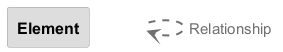
chrislyons-dev/archlette keeps this PlantUML diagram as docs/architecture/diagrams/structurizr-SystemContext-key.png. Above is the earlier version. Its diagram source:
```plantuml
@startuml
set separator none

skinparam {
  shadowing false
  arrowFontSize 15
  defaultTextAlignment center
  wrapWidth 100
  maxMessageSize 100
}
hide stereotype

skinparam rectangle<<_transparent>> {
  BorderColor transparent
  BackgroundColor transparent
  FontColor transparent
}

skinparam rectangle<<1>> {
  BackgroundColor #dddddd
  FontColor #000000
  BorderColor #9a9a9a
}
rectangle "==Element" <<1>>

rectangle "." <<_transparent>> as 2
2 .[#707070,thickness=2].> 2 : "<color:#707070>Relationship"


@enduml
```
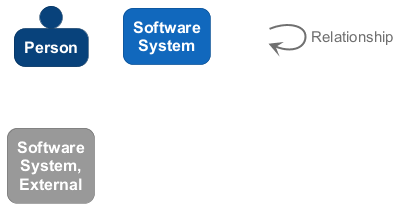
The same diagram one commit later.

Change to the diagram source:
```diff
@@ -7,6 +7,7 @@
   defaultTextAlignment center
   wrapWidth 100
   maxMessageSize 100
+  defaultFontName "Arial"
 }
 hide stereotype
 
@@ -16,15 +17,31 @@
   FontColor transparent
 }
 
-skinparam rectangle<<1>> {
-  BackgroundColor #dddddd
-  FontColor #000000
-  BorderColor #9a9a9a
+skinparam person<<1>> {
+  BackgroundColor #08427b
+  FontColor #ffffff
+  BorderColor #052e56
 }
-rectangle "==Element" <<1>>
+person "==Person" <<1>>
 
-rectangle "." <<_transparent>> as 2
-2 .[#707070,thickness=2].> 2 : "<color:#707070>Relationship"
+skinparam rectangle<<2>> {
+  BackgroundColor #1168bd
+  FontColor #ffffff
+  BorderColor #0b4884
+  roundCorner 20
+}
+rectangle "==Software System" <<2>>
+
+skinparam rectangle<<3>> {
+  BackgroundColor #999999
+  FontColor #ffffff
+  BorderColor #6b6b6b
+  roundCorner 20
+}
+rectangle "==Software System, External" <<3>>
+
+rectangle "." <<_transparent>> as 4
+4 -[#707070,thickness=2]-> 4 : "<color:#707070>Relationship"
 
 
 @enduml
```
